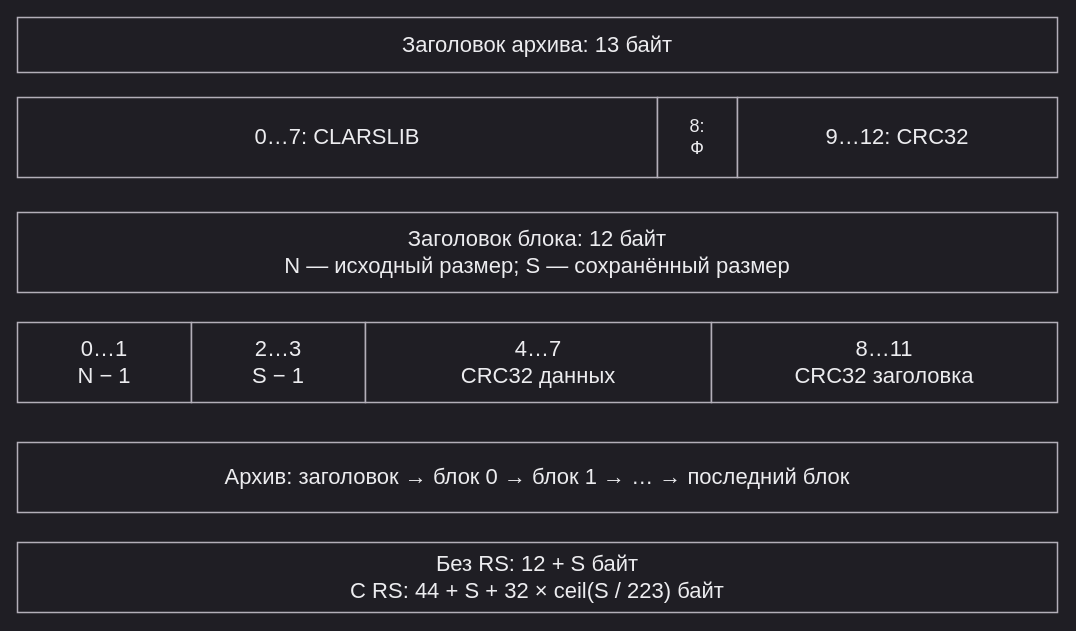
Before: page "format" (5 of 13) of docs/diagrams.drawio in SM1LEK/clarslib, a draw.io diagram. Source tidied: cells renumbered, new cells numbered last; positions are measured from the earlier drawing's top-left corner, leaving out a move shared by most shapes. Both pictures are drawn from the tidied source at 100%, with x=0, y=0 at pixel (17, 17).
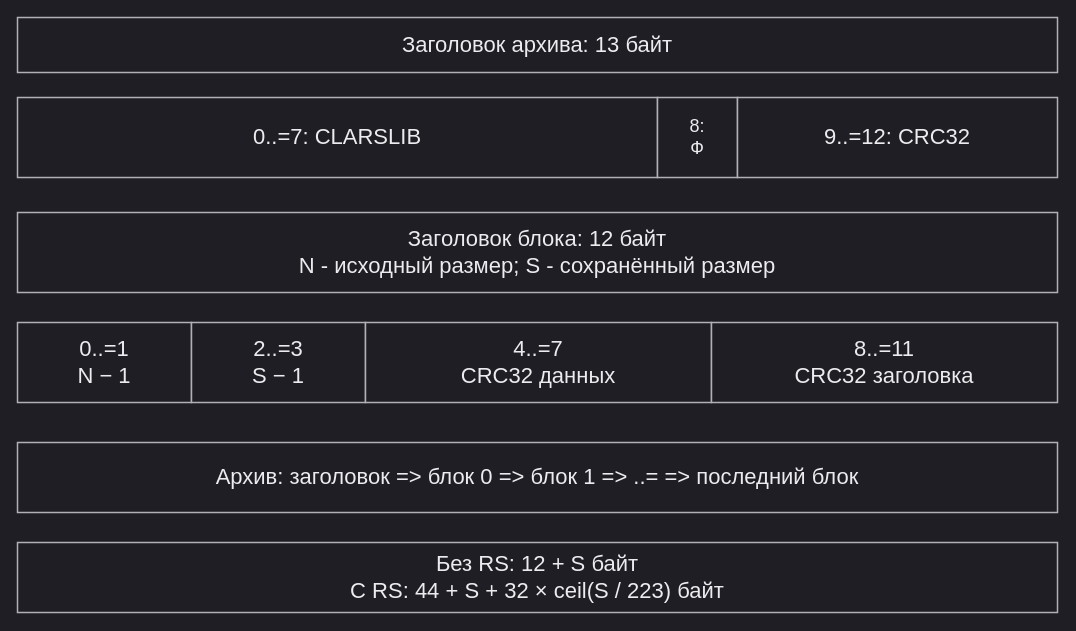
The same diagram, later.

What changed in the source:
```diff
@@
 <mxGraphModel background="#1f1e24">
   <root>
     <mxCell id="0" />
     <mxCell id="1" parent="0" />
     <mxCell id="2" value="Заголовок архива: 13 байт" style="whiteSpace=wrap;html=0;fillColor=#1f1e24;strokeColor=#b3afb9;fontColor=#ececef;fontFamily=Arial;fontSize=22;align=center;verticalAlign=middle;strokeWidth=1.5;spacing=10;" parent="1" vertex="1">
       <mxGeometry width="1040" height="55" as="geometry" />
     </mxCell>
-    <mxCell id="3" value="0…7: CLARSLIB" style="whiteSpace=wrap;html=0;fillColor=#1f1e24;strokeColor=#b3afb9;fontColor=#ececef;fontFamily=Arial;fontSize=22;align=center;verticalAlign=middle;strokeWidth=1.5;spacing=10;" parent="1" vertex="1">
+    <mxCell id="3" value="0..=7: CLARSLIB" style="whiteSpace=wrap;html=0;fillColor=#1f1e24;strokeColor=#b3afb9;fontColor=#ececef;fontFamily=Arial;fontSize=22;align=center;verticalAlign=middle;strokeWidth=1.5;spacing=10;" parent="1" vertex="1">
       <mxGeometry y="80" width="640" height="80" as="geometry" />
     </mxCell>
     <mxCell id="4" value="8:&#10;Ф" style="whiteSpace=wrap;html=0;fillColor=#1f1e24;strokeColor=#b3afb9;fontColor=#ececef;fontFamily=Arial;fontSize=18;align=center;verticalAlign=middle;strokeWidth=1.5;spacing=10;" parent="1" vertex="1">
       <mxGeometry x="640" y="80" width="80" height="80" as="geometry" />
     </mxCell>
-    <mxCell id="5" value="9…12: CRC32" style="whiteSpace=wrap;html=0;fillColor=#1f1e24;strokeColor=#b3afb9;fontColor=#ececef;fontFamily=Arial;fontSize=22;align=center;verticalAlign=middle;strokeWidth=1.5;spacing=10;" parent="1" vertex="1">
+    <mxCell id="5" value="9..=12: CRC32" style="whiteSpace=wrap;html=0;fillColor=#1f1e24;strokeColor=#b3afb9;fontColor=#ececef;fontFamily=Arial;fontSize=22;align=center;verticalAlign=middle;strokeWidth=1.5;spacing=10;" parent="1" vertex="1">
       <mxGeometry x="720" y="80" width="320" height="80" as="geometry" />
     </mxCell>
-    <mxCell id="6" value="Заголовок блока: 12 байт&#10;N — исходный размер; S — сохранённый размер" style="whiteSpace=wrap;html=0;fillColor=#1f1e24;strokeColor=#b3afb9;fontColor=#ececef;fontFamily=Arial;fontSize=22;align=center;verticalAlign=middle;strokeWidth=1.5;spacing=10;" parent="1" vertex="1">
+    <mxCell id="6" value="Заголовок блока: 12 байт&#10;N - исходный размер; S - сохранённый размер" style="whiteSpace=wrap;html=0;fillColor=#1f1e24;strokeColor=#b3afb9;fontColor=#ececef;fontFamily=Arial;fontSize=22;align=center;verticalAlign=middle;strokeWidth=1.5;spacing=10;" parent="1" vertex="1">
       <mxGeometry y="195" width="1040" height="80" as="geometry" />
     </mxCell>
-    <mxCell id="7" value="0…1&#10;N − 1" style="whiteSpace=wrap;html=0;fillColor=#1f1e24;strokeColor=#b3afb9;fontColor=#ececef;fontFamily=Arial;fontSize=22;align=center;verticalAlign=middle;strokeWidth=1.5;spacing=10;" parent="1" vertex="1">
+    <mxCell id="7" value="0..=1&#10;N − 1" style="whiteSpace=wrap;html=0;fillColor=#1f1e24;strokeColor=#b3afb9;fontColor=#ececef;fontFamily=Arial;fontSize=22;align=center;verticalAlign=middle;strokeWidth=1.5;spacing=10;" parent="1" vertex="1">
       <mxGeometry y="305" width="174" height="80" as="geometry" />
     </mxCell>
-    <mxCell id="8" value="2…3&#10;S − 1" style="whiteSpace=wrap;html=0;fillColor=#1f1e24;strokeColor=#b3afb9;fontColor=#ececef;fontFamily=Arial;fontSize=22;align=center;verticalAlign=middle;strokeWidth=1.5;spacing=10;" parent="1" vertex="1">
+    <mxCell id="8" value="2..=3&#10;S − 1" style="whiteSpace=wrap;html=0;fillColor=#1f1e24;strokeColor=#b3afb9;fontColor=#ececef;fontFamily=Arial;fontSize=22;align=center;verticalAlign=middle;strokeWidth=1.5;spacing=10;" parent="1" vertex="1">
       <mxGeometry x="174" y="305" width="174" height="80" as="geometry" />
     </mxCell>
-    <mxCell id="9" value="4…7&#10;CRC32 данных" style="whiteSpace=wrap;html=0;fillColor=#1f1e24;strokeColor=#b3afb9;fontColor=#ececef;fontFamily=Arial;fontSize=22;align=center;verticalAlign=middle;strokeWidth=1.5;spacing=10;" parent="1" vertex="1">
+    <mxCell id="9" value="4..=7&#10;CRC32 данных" style="whiteSpace=wrap;html=0;fillColor=#1f1e24;strokeColor=#b3afb9;fontColor=#ececef;fontFamily=Arial;fontSize=22;align=center;verticalAlign=middle;strokeWidth=1.5;spacing=10;" parent="1" vertex="1">
       <mxGeometry x="348" y="305" width="346" height="80" as="geometry" />
     </mxCell>
-    <mxCell id="10" value="8…11&#10;CRC32 заголовка" style="whiteSpace=wrap;html=0;fillColor=#1f1e24;strokeColor=#b3afb9;fontColor=#ececef;fontFamily=Arial;fontSize=22;align=center;verticalAlign=middle;strokeWidth=1.5;spacing=10;" parent="1" vertex="1">
+    <mxCell id="10" value="8..=11&#10;CRC32 заголовка" style="whiteSpace=wrap;html=0;fillColor=#1f1e24;strokeColor=#b3afb9;fontColor=#ececef;fontFamily=Arial;fontSize=22;align=center;verticalAlign=middle;strokeWidth=1.5;spacing=10;" parent="1" vertex="1">
       <mxGeometry x="694" y="305" width="346" height="80" as="geometry" />
     </mxCell>
-    <mxCell id="11" value="Архив: заголовок → блок 0 → блок 1 → … → последний блок" style="whiteSpace=wrap;html=0;fillColor=#1f1e24;strokeColor=#b3afb9;fontColor=#ececef;fontFamily=Arial;fontSize=22;align=center;verticalAlign=middle;strokeWidth=1.5;spacing=10;" parent="1" vertex="1">
+    <mxCell id="11" value="Архив: заголовок =&gt; блок 0 =&gt; блок 1 =&gt; ..= =&gt; последний блок" style="whiteSpace=wrap;html=0;fillColor=#1f1e24;strokeColor=#b3afb9;fontColor=#ececef;fontFamily=Arial;fontSize=22;align=center;verticalAlign=middle;strokeWidth=1.5;spacing=10;" parent="1" vertex="1">
       <mxGeometry y="425" width="1040" height="70" as="geometry" />
     </mxCell>
     <mxCell id="12" value="Без RS: 12 + S байт&#10;С RS: 44 + S + 32 × ceil(S / 223) байт" style="whiteSpace=wrap;html=0;fillColor=#1f1e24;strokeColor=#b3afb9;fontColor=#ececef;fontFamily=Arial;fontSize=22;align=center;verticalAlign=middle;strokeWidth=1.5;spacing=10;" parent="1" vertex="1">
       <mxGeometry y="525" width="1040" height="70" as="geometry" />
     </mxCell>
   </root>
 </mxGraphModel>
```
